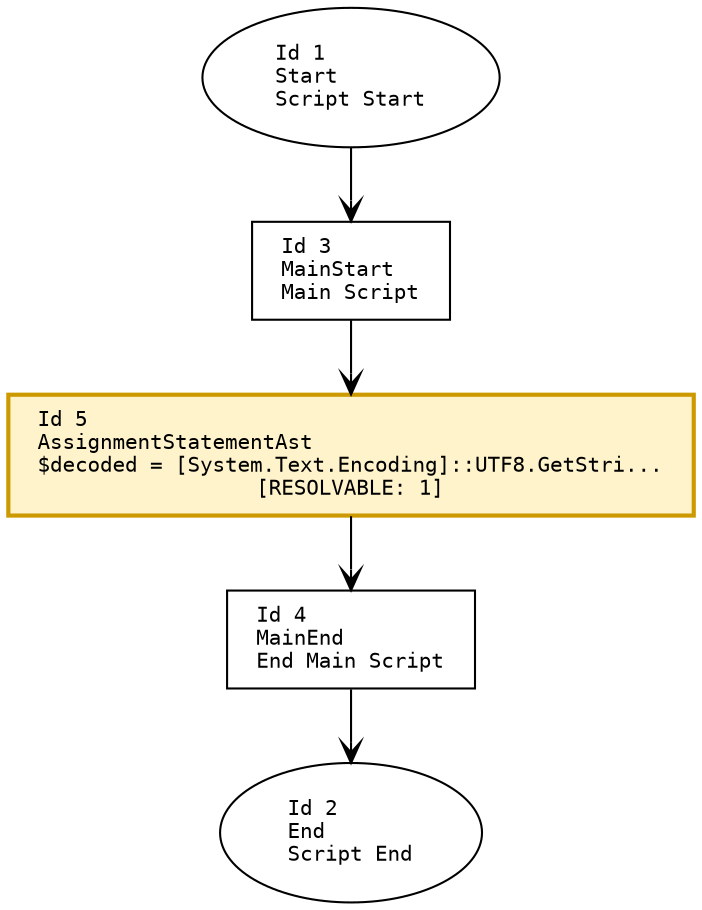
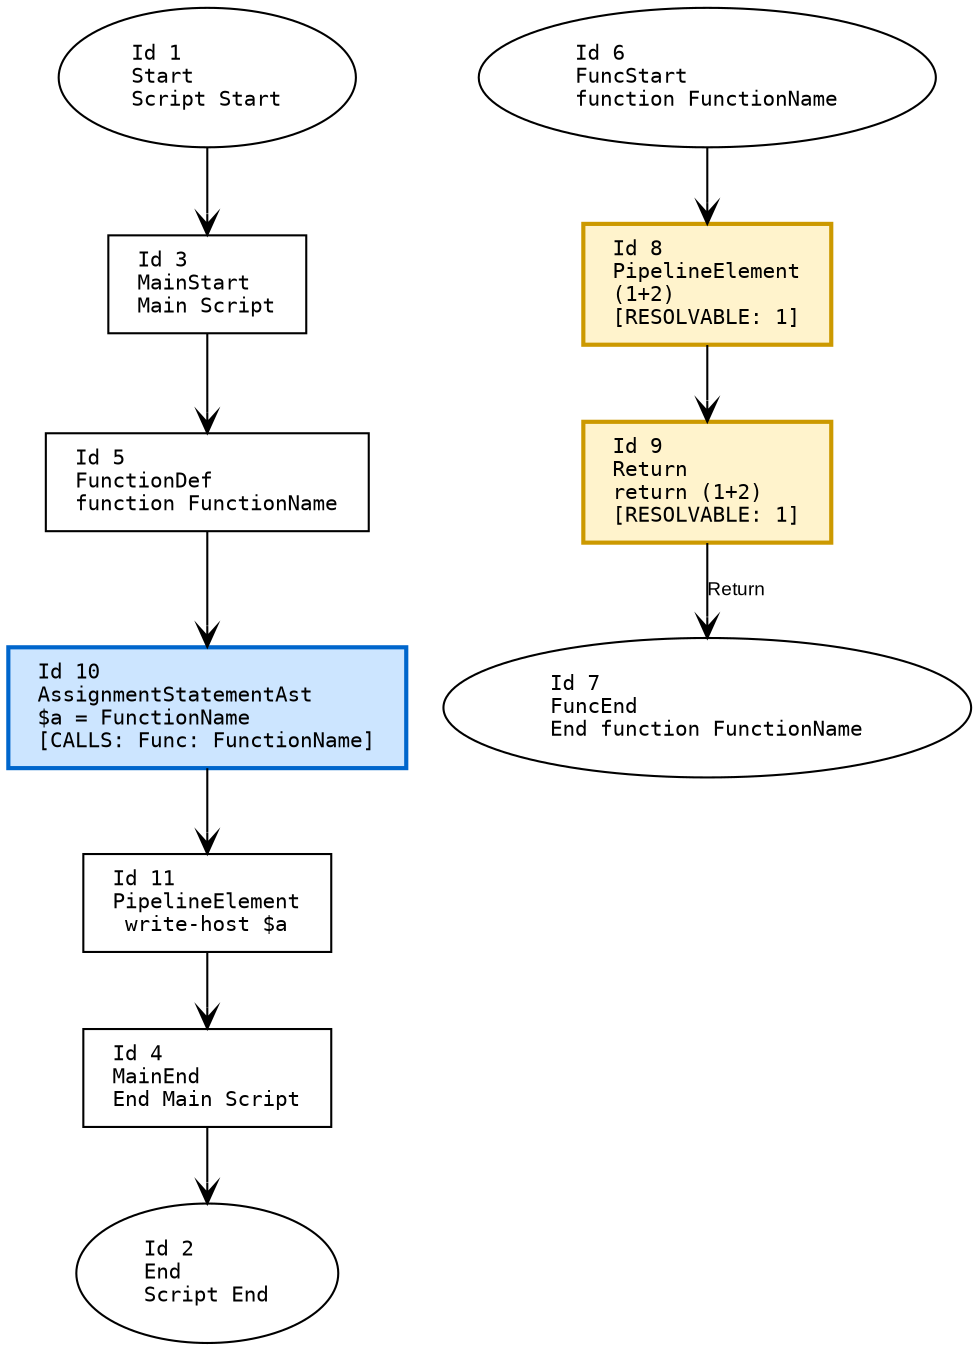
digraph G {
    rankdir=TB;
    node [
        fontname="Consolas"
        shape=box
        width=0
        height=0
        margin="0.2,0.1"
        fontsize=10
    ];
    edge [fontname="Arial", arrowhead=vee, fontsize=9];

    // Nodes
    1 [label="Id 1\lStart\lScript Start", shape=oval];
    2 [label="Id 2\lEnd\lScript End", shape=oval];
    3 [label="Id 3\lMainStart\lMain Script", shape=box];
    4 [label="Id 4\lMainEnd\lEnd Main Script", shape=box];
-     5 [label="Id 5\lAssignmentStatementAst\l$decoded = [System.Text.Encoding]::UTF8.GetStri...\l[RESOLVABLE: 1]", shape=box, style=filled, fillcolor="#fff3cc", color="#cc9900", penwidth=2];
+     5 [label="Id 5\lFunctionDef\lfunction FunctionName", shape=box];
+     6 [label="Id 6\lFuncStart\lfunction FunctionName", shape=oval];
+     7 [label="Id 7\lFuncEnd\lEnd function FunctionName", shape=oval];
+     8 [label="Id 8\lPipelineElement\l(1+2)\l[RESOLVABLE: 1]", shape=box, style=filled, fillcolor="#fff3cc", color="#cc9900", penwidth=2];
+     9 [label="Id 9\lReturn\lreturn (1+2)\l[RESOLVABLE: 1]", shape=box, style=filled, fillcolor="#fff3cc", color="#cc9900", penwidth=2];
+     10 [label="Id 10\lAssignmentStatementAst\l$a = FunctionName\l[CALLS: Func: FunctionName]", shape=box, style=filled, fillcolor="#cce5ff", color="#0066cc", penwidth=2];
+     11 [label="Id 11\lPipelineElement\lwrite-host $a", shape=box];

    // Edges
    1 -> 3;
    3 -> 5;
-     5 -> 4;
+     6 -> 8;
+     8 -> 9;
+     9 -> 7 [label="Return"];
+     5 -> 10;
+     10 -> 11;
+     11 -> 4;
    4 -> 2;
}